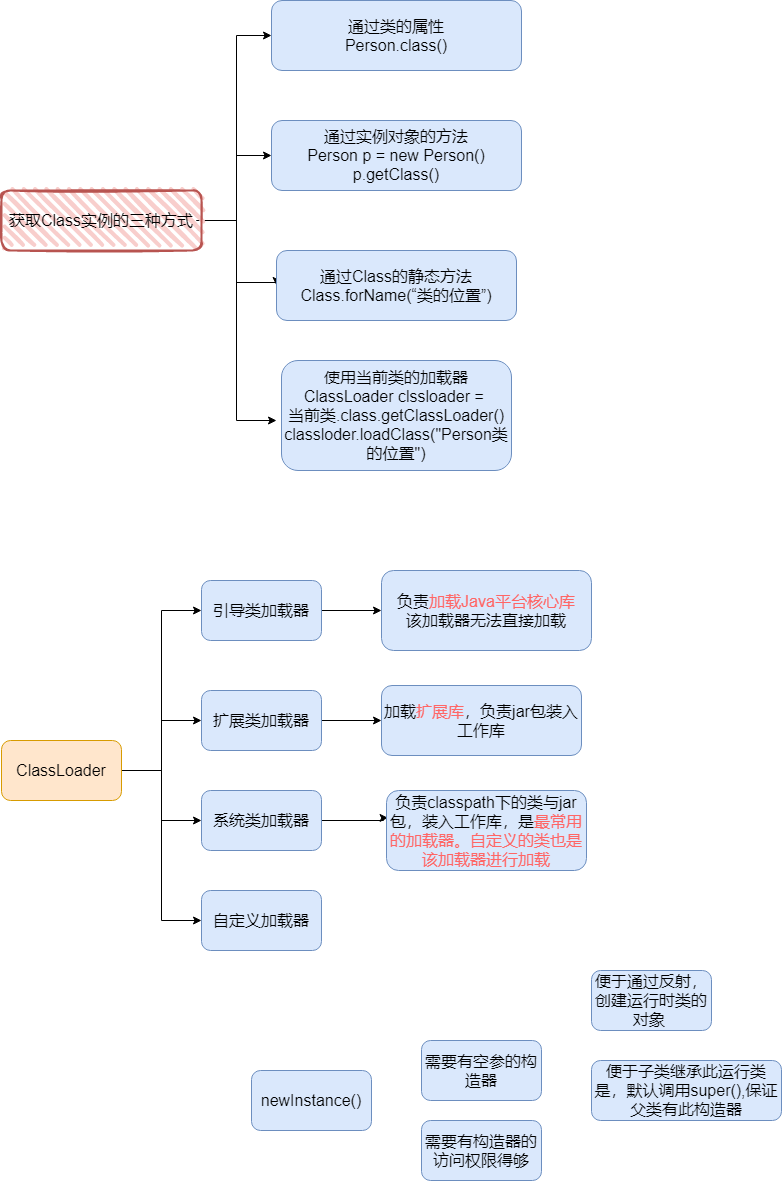
The draw.io diagram Java/反射.png in kusuzi/LearnJava, before a commit. Source tidied: cells renumbered, new cells last; positions are measured from the earlier drawing's top-left corner, leaving out a move shared by most shapes.
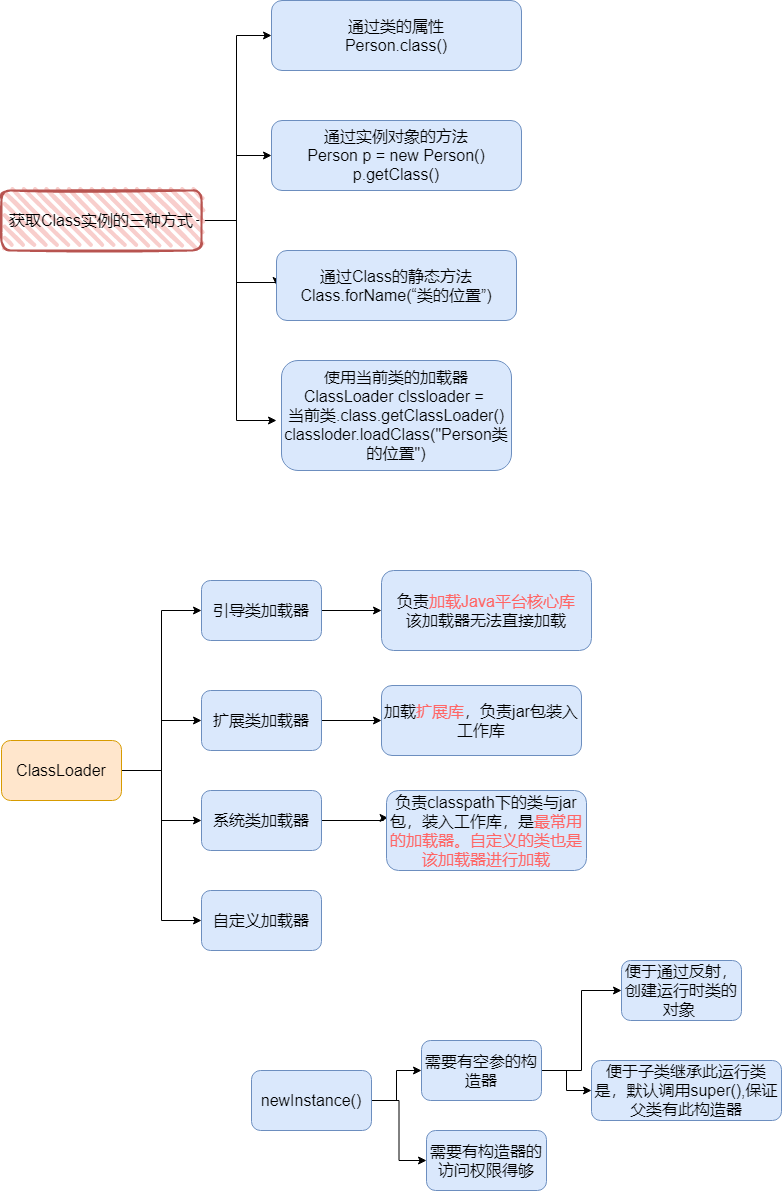
The same diagram one commit later.

Diff of the diagram source:
```diff
@@ -92,17 +92,29 @@
     <mxCell id="25" value="负责classpath下的类与jar包，装入工作库，是&lt;font color=&quot;#ff6666&quot;&gt;最常用的加载器。自定义的类也是该加载器进行加载&lt;/font&gt;" style="rounded=1;whiteSpace=wrap;html=1;fontSize=16;strokeColor=#6c8ebf;fillColor=#dae8fc;" parent="1" vertex="1">
       <mxGeometry x="385" y="790" width="200" height="80" as="geometry" />
     </mxCell>
+    <mxCell id="31" style="edgeStyle=orthogonalEdgeStyle;rounded=0;jettySize=auto;html=1;entryX=0;entryY=0.5;entryDx=0;entryDy=0;fontSize=16;" parent="1" edge="1" source="26" target="27">
+      <mxGeometry relative="1" as="geometry" />
+    </mxCell>
+    <mxCell id="32" style="edgeStyle=orthogonalEdgeStyle;rounded=0;jettySize=auto;html=1;entryX=0;entryY=0.5;entryDx=0;entryDy=0;fontSize=16;" parent="1" edge="1" source="26" target="28">
+      <mxGeometry relative="1" as="geometry" />
+    </mxCell>
     <mxCell id="26" value="newInstance()" style="rounded=1;whiteSpace=wrap;html=1;fontSize=16;strokeColor=#6c8ebf;fillColor=#dae8fc;" parent="1" vertex="1">
       <mxGeometry x="250" y="1070" width="120" height="60" as="geometry" />
     </mxCell>
+    <mxCell id="33" style="edgeStyle=orthogonalEdgeStyle;rounded=0;jettySize=auto;html=1;entryX=0;entryY=0.5;entryDx=0;entryDy=0;fontSize=16;" parent="1" edge="1" source="27" target="29">
+      <mxGeometry relative="1" as="geometry" />
+    </mxCell>
+    <mxCell id="34" style="edgeStyle=orthogonalEdgeStyle;rounded=0;jettySize=auto;html=1;entryX=0;entryY=0.5;entryDx=0;entryDy=0;fontSize=16;" parent="1" edge="1" source="27" target="30">
+      <mxGeometry relative="1" as="geometry" />
+    </mxCell>
     <mxCell id="27" value="需要有空参的构造器" style="whiteSpace=wrap;html=1;rounded=1;fontSize=16;strokeColor=#6c8ebf;fillColor=#dae8fc;" parent="1" vertex="1">
       <mxGeometry x="420" y="1040" width="120" height="60" as="geometry" />
     </mxCell>
     <mxCell id="28" value="需要有构造器的访问权限得够" style="whiteSpace=wrap;html=1;rounded=1;fontSize=16;strokeColor=#6c8ebf;fillColor=#dae8fc;" parent="1" vertex="1">
-      <mxGeometry x="420" y="1120" width="120" height="60" as="geometry" />
+      <mxGeometry x="425" y="1130" width="120" height="60" as="geometry" />
     </mxCell>
     <mxCell id="29" value="便于通过反射，创建运行时类的对象&amp;nbsp;" style="whiteSpace=wrap;html=1;rounded=1;fontSize=16;strokeColor=#6c8ebf;fillColor=#dae8fc;" parent="1" vertex="1">
-      <mxGeometry x="590" y="970" width="120" height="60" as="geometry" />
+      <mxGeometry x="620" y="960" width="120" height="60" as="geometry" />
     </mxCell>
     <mxCell id="30" value="便于子类继承此运行类是，默认调用super(),保证父类有此构造器" style="whiteSpace=wrap;html=1;rounded=1;fontSize=16;strokeColor=#6c8ebf;fillColor=#dae8fc;" parent="1" vertex="1">
       <mxGeometry x="590" y="1060" width="190" height="60" as="geometry" />
```
